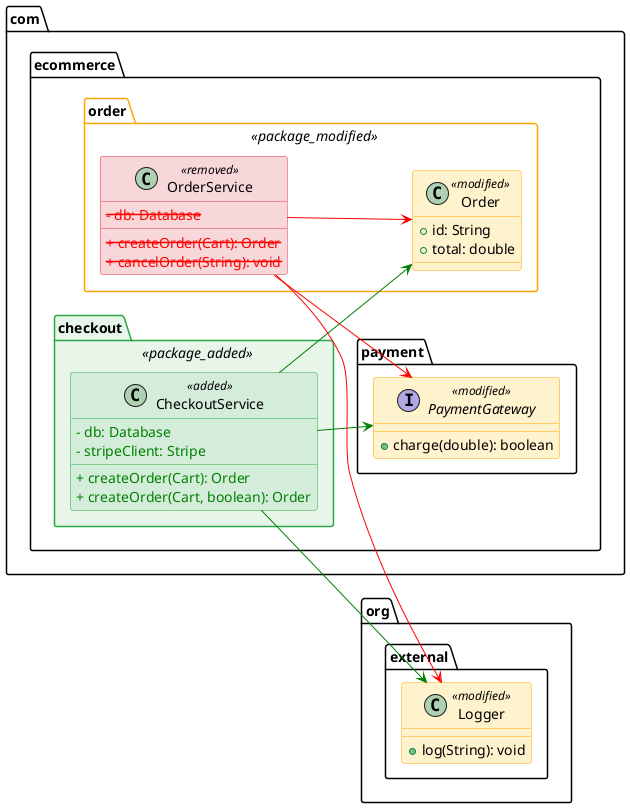
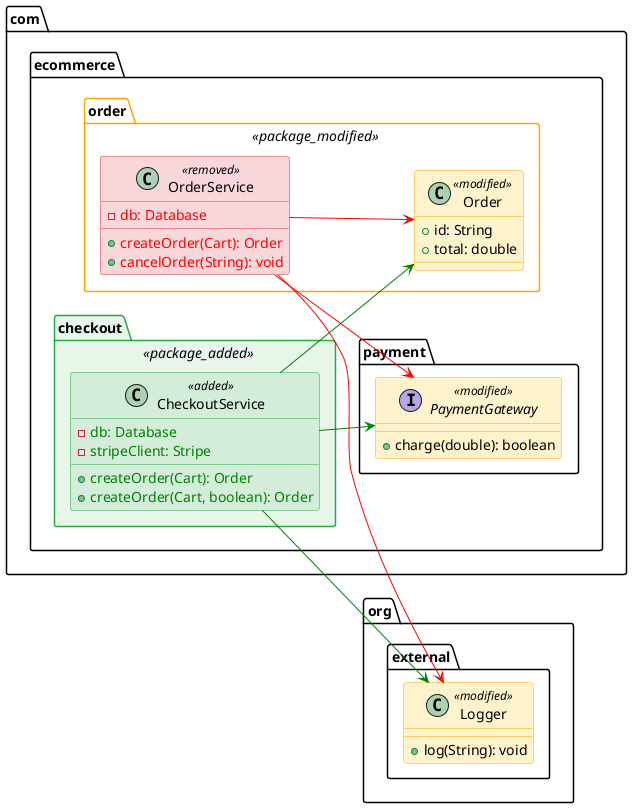
@startuml
left to right direction
skinparam linetype poly
skinparam nodesep 30
skinparam ranksep 30

<style>
  classDiagram {
    class {
      BackgroundColor transparent
      HeaderBackgroundColor transparent
      Shadowing 0
      FontName Arial
    }
    .added {
      BackgroundColor #D4EDDA
      LineColor #28A745
    }
    .removed {
      BackgroundColor #F8D7DA
      LineColor #DC3545
    }
    .modified {
      BackgroundColor #FFF3CD
      LineColor #FFA500
    }
    .moved {
      BackgroundColor #FFF3CD
      LineColor #FFA500
    }
    .impacted {
      BackgroundColor #F8F9FA
      LineColor #6C757D
      LineStyle 4
      FontColor #6C757D
    }
    .package_added {
      BackgroundColor #E8F5E9
      LineColor #28A745
    }
    .package_removed {
      BackgroundColor #FFEBEE
      LineColor #DC3545
    }
    .package_modified {
      BackgroundColor transparent
      LineColor #FFA500
    }
  }
</style>

package "com.ecommerce.checkout" <<package_added>> {
class "CheckoutService" as com.ecommerce.checkout.CheckoutService <<added>> {
-   <color:green>- db: Database</color>
-   <color:green>- stripeClient: Stripe</color>
-   <color:green>+ createOrder(Cart): Order</color>
-   <color:green>+ createOrder(Cart, boolean): Order</color>
+   - <color:green>db: Database</color>
+   - <color:green>stripeClient: Stripe</color>
+   + <color:green>createOrder(Cart): Order</color>
+   + <color:green>createOrder(Cart, boolean): Order</color>
}
}

package "com.ecommerce.order" <<package_modified>> {
class "Order" as com.ecommerce.order.Order <<modified>> {
  + id: String
  + total: double
}
class "OrderService" as com.ecommerce.order.OrderService <<removed>> {
-   <color:red><strike>- db: Database</strike></color>
-   <color:red><strike>+ createOrder(Cart): Order</strike></color>
-   <color:red><strike>+ cancelOrder(String): void</strike></color>
+   - <color:red>db: Database</color>
+   + <color:red>createOrder(Cart): Order</color>
+   + <color:red>cancelOrder(String): void</color>
}
}

package "com.ecommerce.payment" {
interface "PaymentGateway" as com.ecommerce.payment.PaymentGateway <<modified>> {
  + charge(double): boolean
}
}

package "org.external" {
class "Logger" as org.external.Logger <<modified>> {
  + log(String): void
}
}

com.ecommerce.checkout.CheckoutService -[#green]-> com.ecommerce.order.Order
com.ecommerce.checkout.CheckoutService -[#green]-> com.ecommerce.payment.PaymentGateway
com.ecommerce.checkout.CheckoutService -[#green]-> org.external.Logger
com.ecommerce.order.OrderService -[#red]-> com.ecommerce.order.Order
com.ecommerce.order.OrderService -[#red]-> com.ecommerce.payment.PaymentGateway
com.ecommerce.order.OrderService -[#red]-> org.external.Logger
@enduml